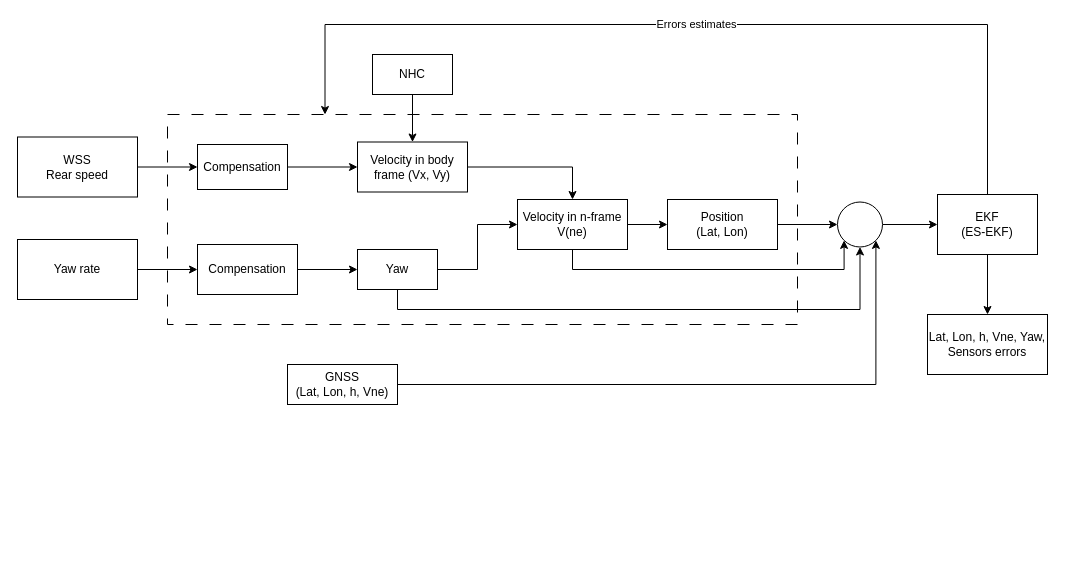
Earlier version of the draw.io diagram page "GNSS_ODO" (7 of 7) of KFs_Geo.drawio (Kaloum2/KFs). Source tidied: cells renumbered, new cells numbered last; positions are measured from the earlier drawing's top-left corner, leaving out a move shared by most shapes. Both pictures are drawn from the tidied source at 100%, with x=0, y=0 at pixel (17, 24).
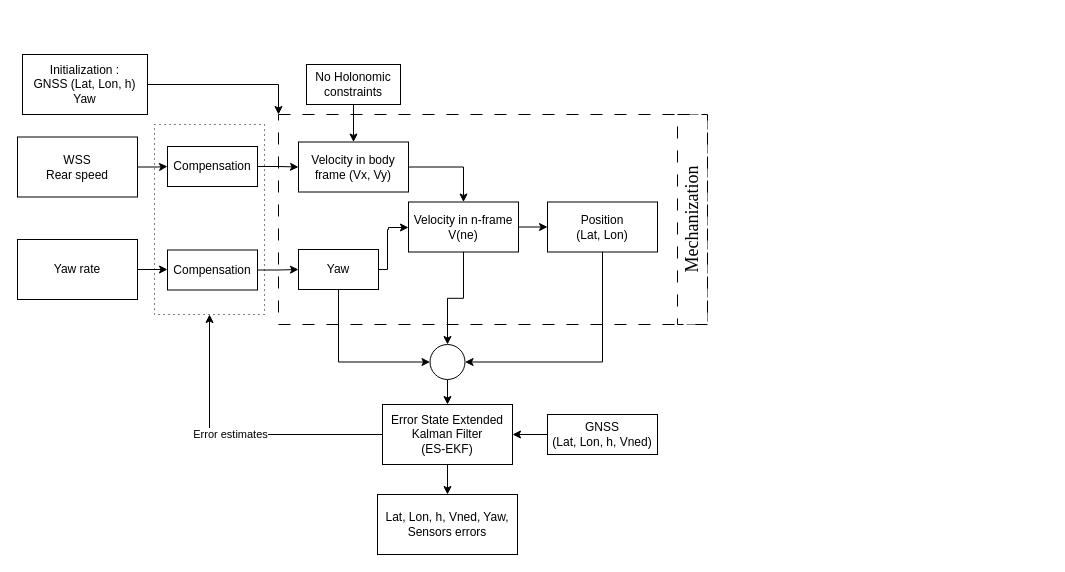
The same page after the edit.

Commit message:
Mettre à jour KFs_Geo.drawio

The edit, as a diff of the source:
```diff
@@
+    <mxCell id="31" style="rounded=0;whiteSpace=wrap;html=1;dashed=1;dashPattern=1 4;direction=south;" parent="1" vertex="1">
+      <mxGeometry x="137" y="100" width="110" height="190" as="geometry" />
+    </mxCell>
@@
     <mxCell id="3" style="rounded=0;whiteSpace=wrap;html=1;dashed=1;dashPattern=12 12;" parent="1" vertex="1">
-      <mxGeometry x="150" y="90" width="630" height="210" as="geometry" />
+      <mxGeometry x="261" y="90" width="429" height="210" as="geometry" />
     </mxCell>
@@
     <mxCell id="5" value="Compensation" style="rounded=0;whiteSpace=wrap;html=1;" parent="1" vertex="1">
-      <mxGeometry x="180" y="220" width="100" height="50" as="geometry" />
+      <mxGeometry x="150" y="225.5" width="90" height="40" as="geometry" />
     </mxCell>
@@
     <mxCell id="7" value="Velocity in body frame (Vx, Vy)" style="rounded=0;whiteSpace=wrap;html=1;" parent="1" vertex="1">
-      <mxGeometry x="340" y="117.5" width="110" height="50" as="geometry" />
+      <mxGeometry x="281" y="117.5" width="110" height="50" as="geometry" />
     </mxCell>
     <mxCell id="8" style="edgeStyle=orthogonalEdgeStyle;rounded=0;jettySize=auto;html=1;exitX=1;exitY=0.5;exitDx=0;exitDy=0;" parent="1" edge="1" source="10" target="13">
-      <mxGeometry relative="1" as="geometry" />
+      <mxGeometry relative="1" as="geometry">
+        <Array as="points">
+          <mxPoint x="370" y="245" />
+          <mxPoint x="370" y="205" />
+          <mxPoint x="371" y="205" />
+          <mxPoint x="371" y="203" />
+        </Array>
+      </mxGeometry>
     </mxCell>
-    <mxCell id="9" style="edgeStyle=orthogonalEdgeStyle;rounded=0;jettySize=auto;html=1;exitX=0.5;exitY=1;exitDx=0;exitDy=0;entryX=0.5;entryY=1;entryDx=0;entryDy=0;" parent="1" edge="1" source="10" target="17">
-      <mxGeometry relative="1" as="geometry" />
-    </mxCell>
     <mxCell id="10" value="Yaw" style="rounded=0;whiteSpace=wrap;html=1;" parent="1" vertex="1">
-      <mxGeometry x="340" y="225" width="80" height="40" as="geometry" />
+      <mxGeometry x="281" y="225" width="80" height="40" as="geometry" />
     </mxCell>
@@
-    <mxCell id="12" style="edgeStyle=orthogonalEdgeStyle;rounded=0;jettySize=auto;html=1;exitX=0.5;exitY=1;exitDx=0;exitDy=0;entryX=0;entryY=1;entryDx=0;entryDy=0;" parent="1" edge="1" source="13" target="17">
-      <mxGeometry relative="1" as="geometry">
-        <Array as="points">
-          <mxPoint x="555" y="245" />
-          <mxPoint x="827" y="245" />
-        </Array>
-      </mxGeometry>
+    <mxCell id="12" style="edgeStyle=orthogonalEdgeStyle;rounded=0;jettySize=auto;html=1;exitX=0.5;exitY=1;exitDx=0;exitDy=0;entryX=0.5;entryY=0;entryDx=0;entryDy=0;" parent="1" edge="1" source="13" target="17">
+      <mxGeometry relative="1" as="geometry" />
     </mxCell>
     <mxCell id="13" value="Velocity in n-frame&lt;br&gt;V(ne)" style="rounded=0;whiteSpace=wrap;html=1;" parent="1" vertex="1">
-      <mxGeometry x="500" y="175" width="110" height="50" as="geometry" />
+      <mxGeometry x="391" y="177.5" width="110" height="50" as="geometry" />
     </mxCell>
-    <mxCell id="14" style="edgeStyle=orthogonalEdgeStyle;rounded=0;jettySize=auto;html=1;exitX=1;exitY=0.5;exitDx=0;exitDy=0;entryX=0;entryY=0.5;entryDx=0;entryDy=0;" parent="1" edge="1" source="15" target="17">
+    <mxCell id="14" style="edgeStyle=orthogonalEdgeStyle;rounded=0;jettySize=auto;html=1;exitX=0.5;exitY=1;exitDx=0;exitDy=0;entryX=1;entryY=0.5;entryDx=0;entryDy=0;" parent="1" edge="1" source="15" target="17">
       <mxGeometry relative="1" as="geometry" />
     </mxCell>
     <mxCell id="15" value="Position&lt;br&gt;(Lat, Lon)" style="rounded=0;whiteSpace=wrap;html=1;" parent="1" vertex="1">
-      <mxGeometry x="650" y="175" width="110" height="50" as="geometry" />
+      <mxGeometry x="530" y="177.5" width="110" height="50" as="geometry" />
     </mxCell>
-    <mxCell id="16" style="edgeStyle=orthogonalEdgeStyle;rounded=0;jettySize=auto;html=1;exitX=1;exitY=0.5;exitDx=0;exitDy=0;entryX=0;entryY=0.5;entryDx=0;entryDy=0;" parent="1" edge="1" source="17" target="24">
+    <mxCell id="16" style="edgeStyle=orthogonalEdgeStyle;rounded=0;jettySize=auto;html=1;exitX=0.5;exitY=1;exitDx=0;exitDy=0;entryX=0.5;entryY=0;entryDx=0;entryDy=0;" parent="1" edge="1" source="17" target="24">
       <mxGeometry relative="1" as="geometry" />
     </mxCell>
     <mxCell id="17" style="ellipse;whiteSpace=wrap;html=1;" parent="1" vertex="1">
-      <mxGeometry x="820" y="177.5" width="45" height="45" as="geometry" />
+      <mxGeometry x="412.5" y="320" width="35" height="35" as="geometry" />
     </mxCell>
@@
-    <mxCell id="19" value="NHC" style="rounded=0;whiteSpace=wrap;html=1;" parent="1" vertex="1">
-      <mxGeometry x="355" y="30" width="80" height="40" as="geometry" />
+    <mxCell id="19" value="No Holonomic constraints" style="rounded=0;whiteSpace=wrap;html=1;" parent="1" vertex="1">
+      <mxGeometry x="289" y="40" width="94" height="40" as="geometry" />
     </mxCell>
-    <mxCell id="20" style="edgeStyle=orthogonalEdgeStyle;rounded=0;jettySize=auto;html=1;exitX=1;exitY=0.5;exitDx=0;exitDy=0;entryX=1;entryY=1;entryDx=0;entryDy=0;" parent="1" edge="1" source="21" target="17">
-      <mxGeometry relative="1" as="geometry" />
-    </mxCell>
+    <mxCell id="32" style="edgeStyle=orthogonalEdgeStyle;rounded=0;jettySize=auto;html=1;exitX=0;exitY=0.5;exitDx=0;exitDy=0;entryX=1;entryY=0.5;entryDx=0;entryDy=0;" parent="1" edge="1" source="21" target="24">
+      <mxGeometry relative="1" as="geometry" />
+    </mxCell>
-    <mxCell id="21" value="GNSS&lt;br&gt;(Lat, Lon, h, Vne)" style="rounded=0;whiteSpace=wrap;html=1;" parent="1" vertex="1">
-      <mxGeometry x="270" y="340" width="110" height="40" as="geometry" />
+    <mxCell id="21" value="GNSS&lt;br&gt;(Lat, Lon, h, Vned)" style="rounded=0;whiteSpace=wrap;html=1;" parent="1" vertex="1">
+      <mxGeometry x="530" y="390" width="110" height="40" as="geometry" />
     </mxCell>
-    <mxCell id="22" value="Errors estimates" style="edgeStyle=orthogonalEdgeStyle;rounded=0;jettySize=auto;html=1;exitX=0.5;exitY=0;exitDx=0;exitDy=0;entryX=0.25;entryY=0;entryDx=0;entryDy=0;" parent="1" edge="1" source="24" target="3">
-      <mxGeometry relative="1" as="geometry">
-        <Array as="points">
-          <mxPoint x="970" />
-          <mxPoint x="308" />
-        </Array>
-      </mxGeometry>
-    </mxCell>
@@
+    <mxCell id="33" value="&lt;span style=&quot;color: rgb(0, 0, 0); font-family: Helvetica; font-size: 11px; font-style: normal; font-variant-ligatures: normal; font-variant-caps: normal; font-weight: 400; letter-spacing: normal; orphans: 2; text-align: center; text-indent: 0px; text-transform: none; widows: 2; word-spacing: 0px; -webkit-text-stroke-width: 0px; background-color: rgb(255, 255, 255); text-decoration-thickness: initial; text-decoration-style: initial; text-decoration-color: initial; float: none; display: inline !important;&quot;&gt;Error estimates&lt;/span&gt;" style="edgeStyle=orthogonalEdgeStyle;rounded=0;jettySize=auto;html=1;exitX=0;exitY=0.5;exitDx=0;exitDy=0;entryX=1;entryY=0.5;entryDx=0;entryDy=0;" parent="1" edge="1" source="24" target="31">
+      <mxGeometry x="0.04" relative="1" as="geometry" />
+    </mxCell>
-    <mxCell id="24" value="EKF&lt;br&gt;(ES-EKF)" style="rounded=0;whiteSpace=wrap;html=1;" parent="1" vertex="1">
-      <mxGeometry x="920" y="170" width="100" height="60" as="geometry" />
+    <mxCell id="24" value="Error State Extended Kalman Filter &lt;br&gt;(ES-EKF)" style="rounded=0;whiteSpace=wrap;html=1;" parent="1" vertex="1">
+      <mxGeometry x="365" y="380" width="130" height="60" as="geometry" />
     </mxCell>
-    <mxCell id="25" value="Lat, Lon, h, Vne, Yaw, Sensors errors" style="rounded=0;whiteSpace=wrap;html=1;" parent="1" vertex="1">
-      <mxGeometry x="910" y="290" width="120" height="60" as="geometry" />
+    <mxCell id="25" value="Lat, Lon, h, Vned, Yaw, Sensors errors" style="rounded=0;whiteSpace=wrap;html=1;" parent="1" vertex="1">
+      <mxGeometry x="360" y="470" width="140" height="60" as="geometry" />
     </mxCell>
@@
     <mxCell id="27" value="Compensation" style="rounded=0;whiteSpace=wrap;html=1;" parent="1" vertex="1">
-      <mxGeometry x="180" y="120" width="90" height="45" as="geometry" />
+      <mxGeometry x="150" y="122" width="90" height="40" as="geometry" />
     </mxCell>
@@
+    <mxCell id="9" style="edgeStyle=orthogonalEdgeStyle;rounded=0;jettySize=auto;html=1;exitX=0.5;exitY=1;exitDx=0;exitDy=0;entryX=0;entryY=0.5;entryDx=0;entryDy=0;" parent="1" edge="1" source="10" target="17">
+      <mxGeometry relative="1" as="geometry" />
+    </mxCell>
+    <mxCell id="34" style="edgeStyle=orthogonalEdgeStyle;rounded=0;jettySize=auto;html=1;exitX=1;exitY=0.5;exitDx=0;exitDy=0;entryX=0;entryY=0;entryDx=0;entryDy=0;" parent="1" edge="1" source="35" target="3">
+      <mxGeometry relative="1" as="geometry" />
+    </mxCell>
+    <mxCell id="35" value="Initialization : &lt;br&gt;GNSS (Lat, Lon, h)&lt;br&gt;Yaw" style="rounded=0;whiteSpace=wrap;html=1;" parent="1" vertex="1">
+      <mxGeometry x="5" y="30" width="125" height="60" as="geometry" />
+    </mxCell>
+    <mxCell id="36" value="&lt;font face=&quot;Times New Roman&quot; style=&quot;font-size: 18px;&quot;&gt;Mechanization&lt;/font&gt;" style="rounded=0;horizontal=0;whiteSpace=wrap;html=1;startSize=20;dashed=1;dashPattern=12 12;fontStyle=0;fontSize=18;" parent="1" vertex="1">
+      <mxGeometry x="660" y="90" width="30" height="210" as="geometry" />
+    </mxCell>
```
